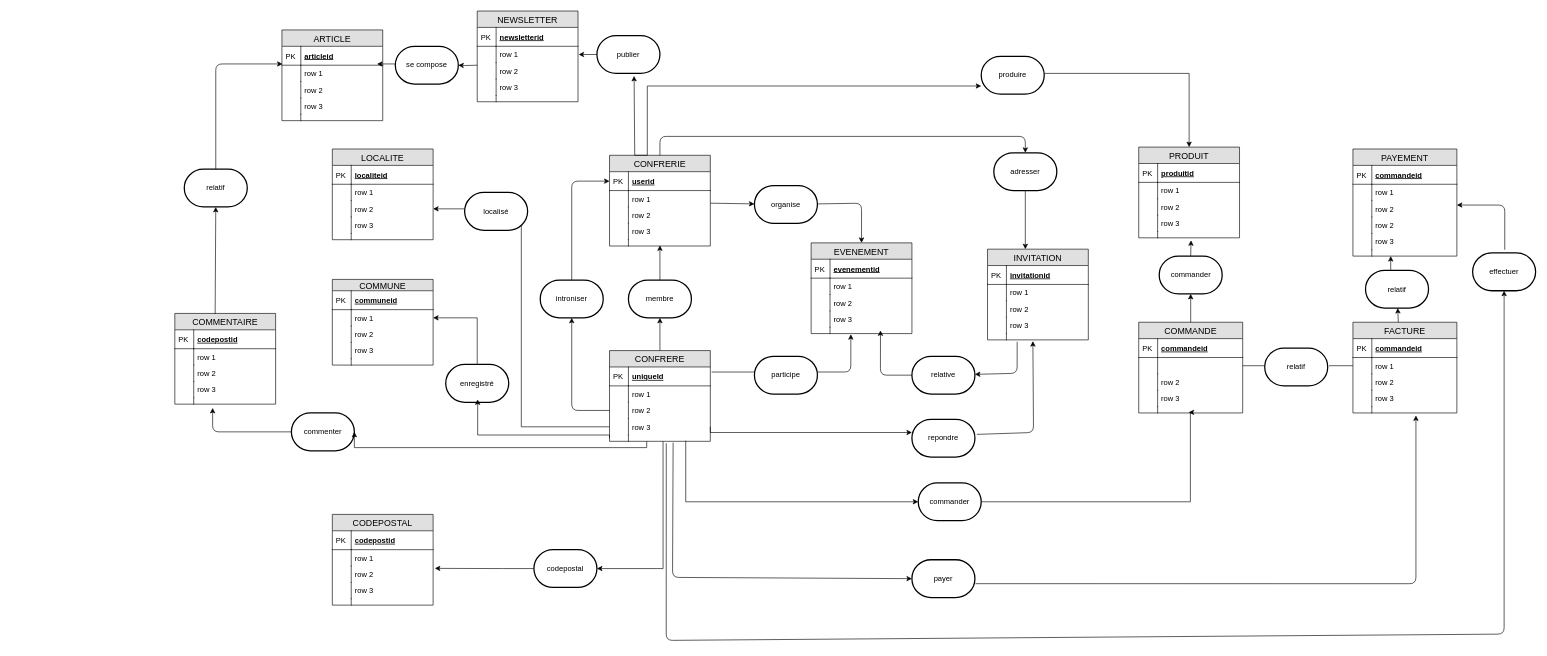
Before: Untitled Diagram.drawio in harelimana/saintvincent, a draw.io diagram. Source tidied: cells renumbered, new cells numbered last; positions are measured from the earlier drawing's top-left corner, leaving out a move shared by most shapes. Both pictures are drawn from the tidied source at 63%, with x=0, y=0 at pixel (175, 11).
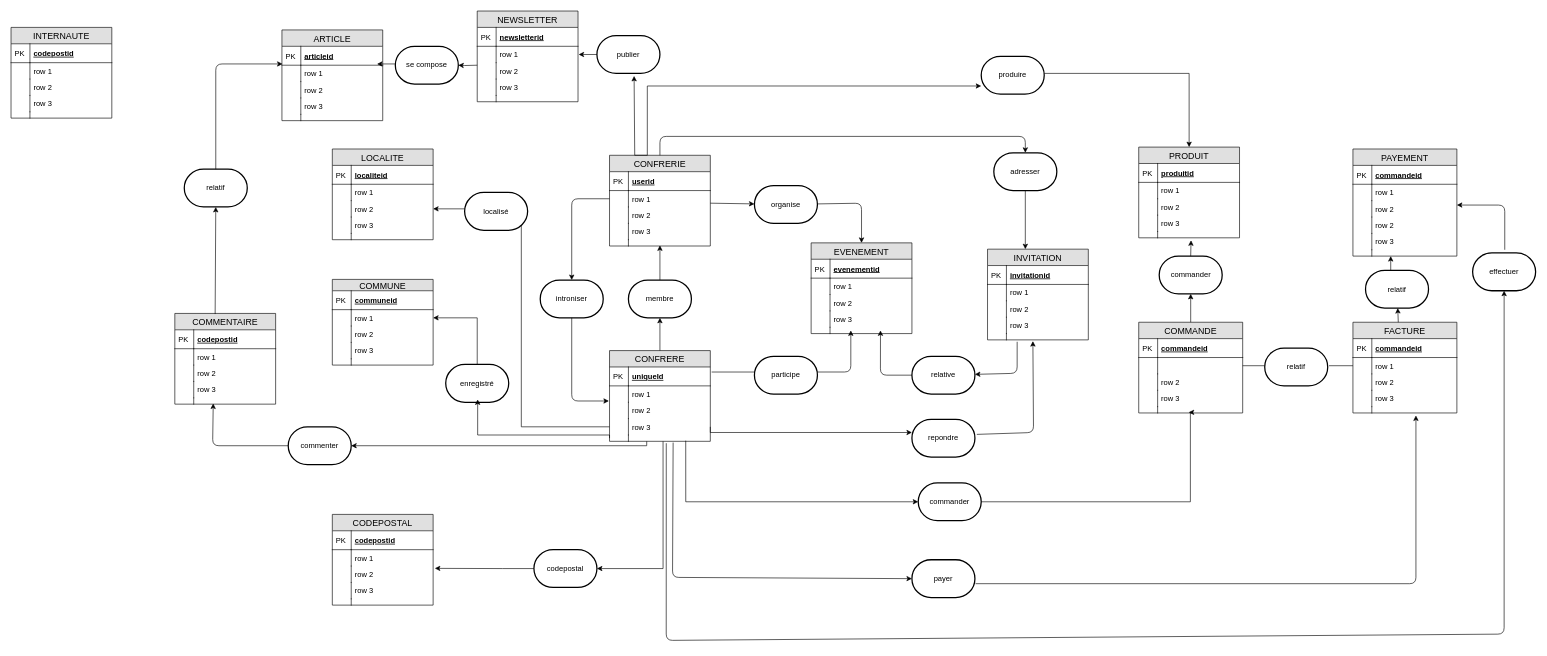
The same page after the edit.

Unchanged cells that the change refers to:
```xml
<mxCell id="3" value="userid" style="shape=partialRectangle;top=0;left=0;right=0;bottom=1;align=left;verticalAlign=middle;fillColor=none;spacingLeft=34;spacingRight=4;overflow=hidden;points=[[0,0.5],[1,0.5]];portConstraint=eastwest;fontStyle=5;fontSize=12;" parent="2" vertex="1">
  <mxGeometry y="26" width="160" height="30" as="geometry" />
</mxCell>
<mxCell id="5" value="row 1" style="shape=partialRectangle;top=0;left=0;right=0;bottom=0;align=left;verticalAlign=top;fillColor=none;spacingLeft=34;spacingRight=4;overflow=hidden;points=[[0,0.5],[1,0.5]];portConstraint=eastwest;fontSize=12;" parent="2" vertex="1">
  <mxGeometry y="56" width="160" height="26" as="geometry" />
</mxCell>
<mxCell id="14" value="uniqueId" style="shape=partialRectangle;top=0;left=0;right=0;bottom=1;align=left;verticalAlign=middle;fillColor=none;spacingLeft=34;spacingRight=4;overflow=hidden;points=[[0,0.5],[1,0.5]];portConstraint=eastwest;fontStyle=5;fontSize=12;" parent="13" vertex="1">
  <mxGeometry y="26" width="160" height="30" as="geometry" />
</mxCell>
<mxCell id="18" value="row 2" style="shape=partialRectangle;top=0;left=0;right=0;bottom=0;align=left;verticalAlign=top;fillColor=none;spacingLeft=34;spacingRight=4;overflow=hidden;points=[[0,0.5],[1,0.5]];portConstraint=eastwest;fontSize=12;" parent="13" vertex="1">
  <mxGeometry y="82" width="160" height="26" as="geometry" />
</mxCell>
<mxCell id="22" style="shape=partialRectangle;top=0;left=0;right=0;bottom=0;align=left;verticalAlign=top;fillColor=none;spacingLeft=34;spacingRight=4;overflow=hidden;points=[[0,0.5],[1,0.5]];portConstraint=eastwest;fontSize=12;" parent="13" vertex="1">
  <mxGeometry y="134" width="160" height="10" as="geometry" />
</mxCell>
<mxCell id="27" value="introniser" style="strokeWidth=2;html=1;shape=mxgraph.flowchart.terminator;whiteSpace=wrap;" parent="1" vertex="1">
  <mxGeometry x="580" y="427" width="100" height="60" as="geometry" />
</mxCell>
<mxCell id="79" style="shape=partialRectangle;top=0;left=0;right=0;bottom=0;align=left;verticalAlign=top;fillColor=none;spacingLeft=34;spacingRight=4;overflow=hidden;points=[[0,0.5],[1,0.5]];portConstraint=eastwest;fontSize=12;" parent="70" vertex="1">
  <mxGeometry y="134" width="160" height="10" as="geometry" />
</mxCell>
<mxCell id="175" style="shape=partialRectangle;top=0;left=0;right=0;bottom=0;align=left;verticalAlign=top;fillColor=none;spacingLeft=34;spacingRight=4;overflow=hidden;points=[[0,0.5],[1,0.5]];portConstraint=eastwest;fontSize=12;" parent="166" vertex="1">
  <mxGeometry y="134" width="160" height="10" as="geometry" />
</mxCell>
```

The edit, as a diff of the source:
```diff
@@
-    <mxCell id="28" style="endArrow=classic;html=1;exitX=0;exitY=0.5;exitDx=0;exitDy=0;entryX=0.5;entryY=1;entryDx=0;entryDy=0;entryPerimeter=0;edgeStyle=orthogonalEdgeStyle;" parent="1" edge="1" source="18" target="27">
-      <mxGeometry relative="1" as="geometry" />
+    <mxCell id="28" style="endArrow=classic;html=1;edgeStyle=orthogonalEdgeStyle;" parent="1" edge="1" source="27">
+      <mxGeometry relative="1" as="geometry">
+        <mxPoint x="689" y="619" as="targetPoint" />
+        <Array as="points">
+          <mxPoint x="630" y="619" />
+          <mxPoint x="689" y="619" />
+        </Array>
+      </mxGeometry>
     </mxCell>
-    <mxCell id="29" style="endArrow=classic;html=1;exitX=0.5;exitY=0;exitDx=0;exitDy=0;exitPerimeter=0;entryX=0;entryY=0.5;entryDx=0;entryDy=0;edgeStyle=orthogonalEdgeStyle;" parent="1" edge="1" source="27" target="3">
-      <mxGeometry relative="1" as="geometry" />
-    </mxCell>
@@
     <mxCell id="67" value="commenter" style="strokeWidth=2;html=1;shape=mxgraph.flowchart.terminator;whiteSpace=wrap;" parent="1" vertex="1">
-      <mxGeometry x="185" y="638" width="100" height="60" as="geometry" />
+      <mxGeometry x="180" y="660" width="100" height="60" as="geometry" />
     </mxCell>
@@
-    <mxCell id="81" style="endArrow=classic;html=1;entryX=0.394;entryY=1.1;entryDx=0;entryDy=0;entryPerimeter=0;exitX=1.013;exitY=0.267;exitDx=0;exitDy=0;exitPerimeter=0;" parent="1" edge="1" source="14" target="79">
+    <mxCell id="81" style="endArrow=classic;html=1;exitX=1.013;exitY=0.267;exitDx=0;exitDy=0;exitPerimeter=0;" parent="1" edge="1" source="14">
       <mxGeometry relative="1" as="geometry">
+        <mxPoint x="1073" y="507" as="targetPoint" />
         <Array as="points">
           <mxPoint x="1073" y="573" />
         </Array>
       </mxGeometry>
     </mxCell>
@@
-    <mxCell id="165" style="edgeStyle=orthogonalEdgeStyle;rounded=0;jettySize=auto;html=1;exitX=0.369;exitY=1;exitDx=0;exitDy=0;exitPerimeter=0;entryX=1;entryY=0.5;entryDx=0;entryDy=0;entryPerimeter=0;" parent="1" edge="1" source="22" target="67">
+    <mxCell id="165" style="edgeStyle=orthogonalEdgeStyle;rounded=0;jettySize=auto;html=1;exitX=0.369;exitY=1;exitDx=0;exitDy=0;exitPerimeter=0;" parent="1" edge="1" source="22" target="67">
       <mxGeometry relative="1" as="geometry">
         <Array as="points">
-          <mxPoint x="749" y="693" />
-          <mxPoint x="285" y="693" />
+          <mxPoint x="749" y="690" />
         </Array>
       </mxGeometry>
     </mxCell>
@@
-    <mxCell id="177" style="endArrow=classic;html=1;entryX=0.375;entryY=1.6;entryDx=0;entryDy=0;entryPerimeter=0;exitX=0;exitY=0.5;exitDx=0;exitDy=0;exitPerimeter=0;" parent="1" edge="1" source="67" target="175">
+    <mxCell id="177" style="endArrow=classic;html=1;entryX=0.381;entryY=0.9;entryDx=0;entryDy=0;entryPerimeter=0;exitX=0;exitY=0.5;exitDx=0;exitDy=0;exitPerimeter=0;" parent="1" edge="1" source="67" target="175">
       <mxGeometry relative="1" as="geometry">
         <Array as="points">
-          <mxPoint x="60" y="668" />
+          <mxPoint x="60" y="690" />
         </Array>
       </mxGeometry>
     </mxCell>
@@
+    <mxCell id="219" value="INTERNAUTE" style="swimlane;fontStyle=0;horizontal=1;startSize=26;fillColor=#e0e0e0;swimlaneFillColor=#ffffff;align=center;fontSize=14;" parent="1" vertex="1">
+      <mxGeometry x="-260" y="26" width="160" height="144" as="geometry" />
+    </mxCell>
+    <mxCell id="220" value="codepostid" style="shape=partialRectangle;top=0;left=0;right=0;bottom=1;align=left;verticalAlign=middle;fillColor=none;spacingLeft=34;spacingRight=4;overflow=hidden;fontStyle=5;fontSize=12;" parent="219" vertex="1">
+      <mxGeometry y="26" width="160" height="30" as="geometry" />
+    </mxCell>
+    <mxCell id="221" value="PK" style="shape=partialRectangle;top=0;left=0;bottom=0;fillColor=none;align=left;verticalAlign=middle;spacingLeft=4;spacingRight=4;overflow=hidden;fontSize=12;" parent="220" vertex="1">
+      <mxGeometry width="30" height="30" as="geometry" />
+    </mxCell>
+    <mxCell id="222" value="row 1" style="shape=partialRectangle;top=0;left=0;right=0;bottom=0;align=left;verticalAlign=top;fillColor=none;spacingLeft=34;spacingRight=4;overflow=hidden;fontSize=12;" parent="219" vertex="1">
+      <mxGeometry y="56" width="160" height="26" as="geometry" />
+    </mxCell>
+    <mxCell id="223" style="shape=partialRectangle;top=0;left=0;bottom=0;fillColor=none;align=left;verticalAlign=top;spacingLeft=4;spacingRight=4;overflow=hidden;fontSize=12;" parent="222" vertex="1">
+      <mxGeometry width="30" height="26" as="geometry" />
+    </mxCell>
+    <mxCell id="224" value="row 2" style="shape=partialRectangle;top=0;left=0;right=0;bottom=0;align=left;verticalAlign=top;fillColor=none;spacingLeft=34;spacingRight=4;overflow=hidden;fontSize=12;" parent="219" vertex="1">
+      <mxGeometry y="82" width="160" height="26" as="geometry" />
+    </mxCell>
+    <mxCell id="225" style="shape=partialRectangle;top=0;left=0;bottom=0;fillColor=none;align=left;verticalAlign=top;spacingLeft=4;spacingRight=4;overflow=hidden;fontSize=12;" parent="224" vertex="1">
+      <mxGeometry width="30" height="26" as="geometry" />
+    </mxCell>
+    <mxCell id="226" value="row 3" style="shape=partialRectangle;top=0;left=0;right=0;bottom=0;align=left;verticalAlign=top;fillColor=none;spacingLeft=34;spacingRight=4;overflow=hidden;fontSize=12;" parent="219" vertex="1">
+      <mxGeometry y="108" width="160" height="26" as="geometry" />
+    </mxCell>
+    <mxCell id="227" style="shape=partialRectangle;top=0;left=0;bottom=0;fillColor=none;align=left;verticalAlign=top;spacingLeft=4;spacingRight=4;overflow=hidden;fontSize=12;" parent="226" vertex="1">
+      <mxGeometry width="30" height="26" as="geometry" />
+    </mxCell>
+    <mxCell id="228" style="shape=partialRectangle;top=0;left=0;right=0;bottom=0;align=left;verticalAlign=top;fillColor=none;spacingLeft=34;spacingRight=4;overflow=hidden;fontSize=12;" parent="219" vertex="1">
+      <mxGeometry y="134" width="160" height="10" as="geometry" />
+    </mxCell>
+    <mxCell id="229" style="shape=partialRectangle;top=0;left=0;bottom=0;fillColor=none;align=left;verticalAlign=top;spacingLeft=4;spacingRight=4;overflow=hidden;fontSize=12;" parent="228" vertex="1">
+      <mxGeometry width="30" height="10" as="geometry" />
+    </mxCell>
+    <mxCell id="29" style="endArrow=classic;html=1;exitX=0;exitY=0.5;exitDx=0;exitDy=0;entryX=0.5;entryY=0;entryDx=0;entryDy=0;edgeStyle=orthogonalEdgeStyle;entryPerimeter=0;" parent="1" edge="1" source="5" target="27">
+      <mxGeometry relative="1" as="geometry" />
+    </mxCell>
```
